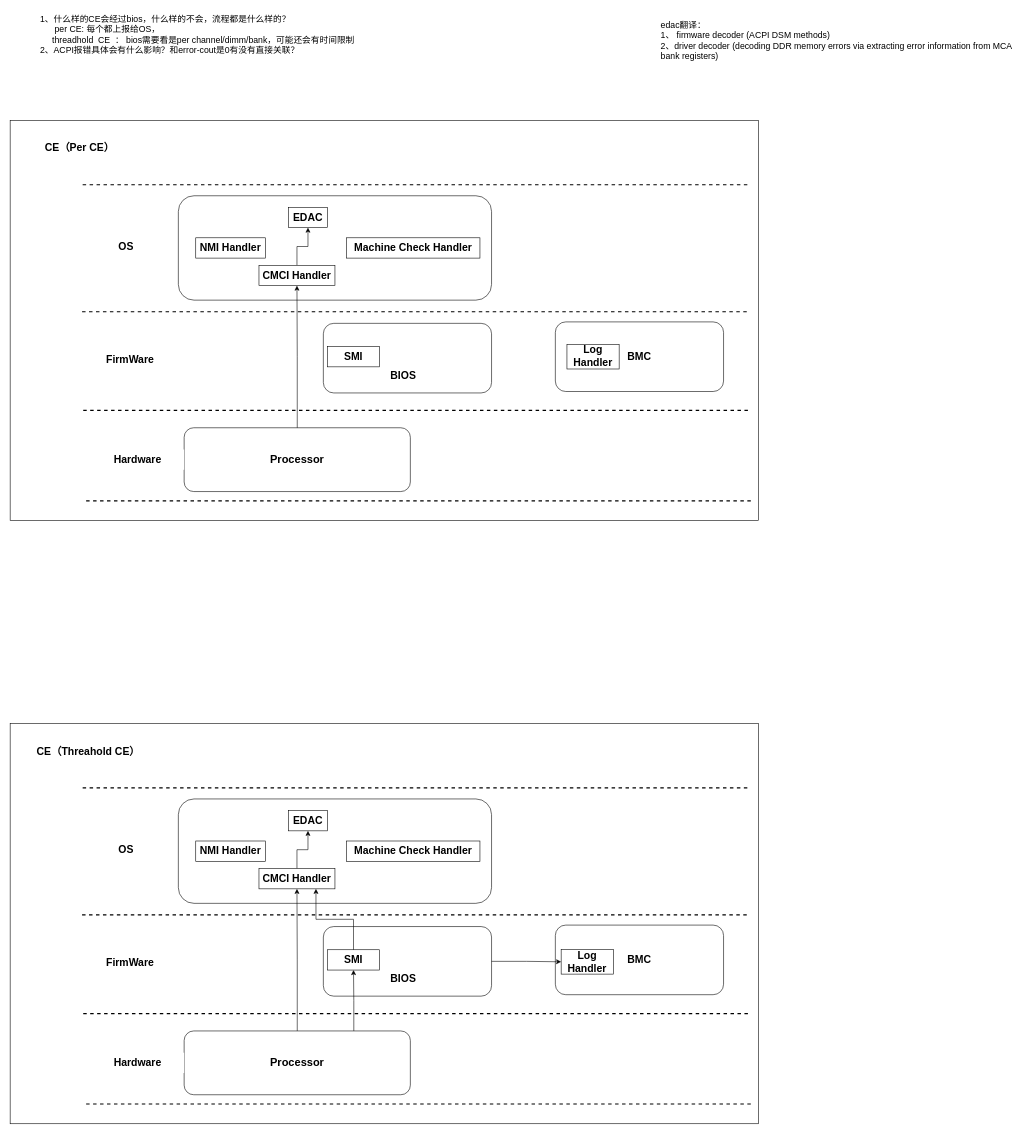
This is ras.drawio from wbzzx-bb/wb-linux, a draw.io file, before an edit. Source tidied: cells renumbered, new cells numbered last; positions are measured from the earlier drawing's top-left corner, leaving out a move shared by most shapes. Both pictures are drawn from the tidied source at 58%, with x=0, y=0 at pixel (10, 10).
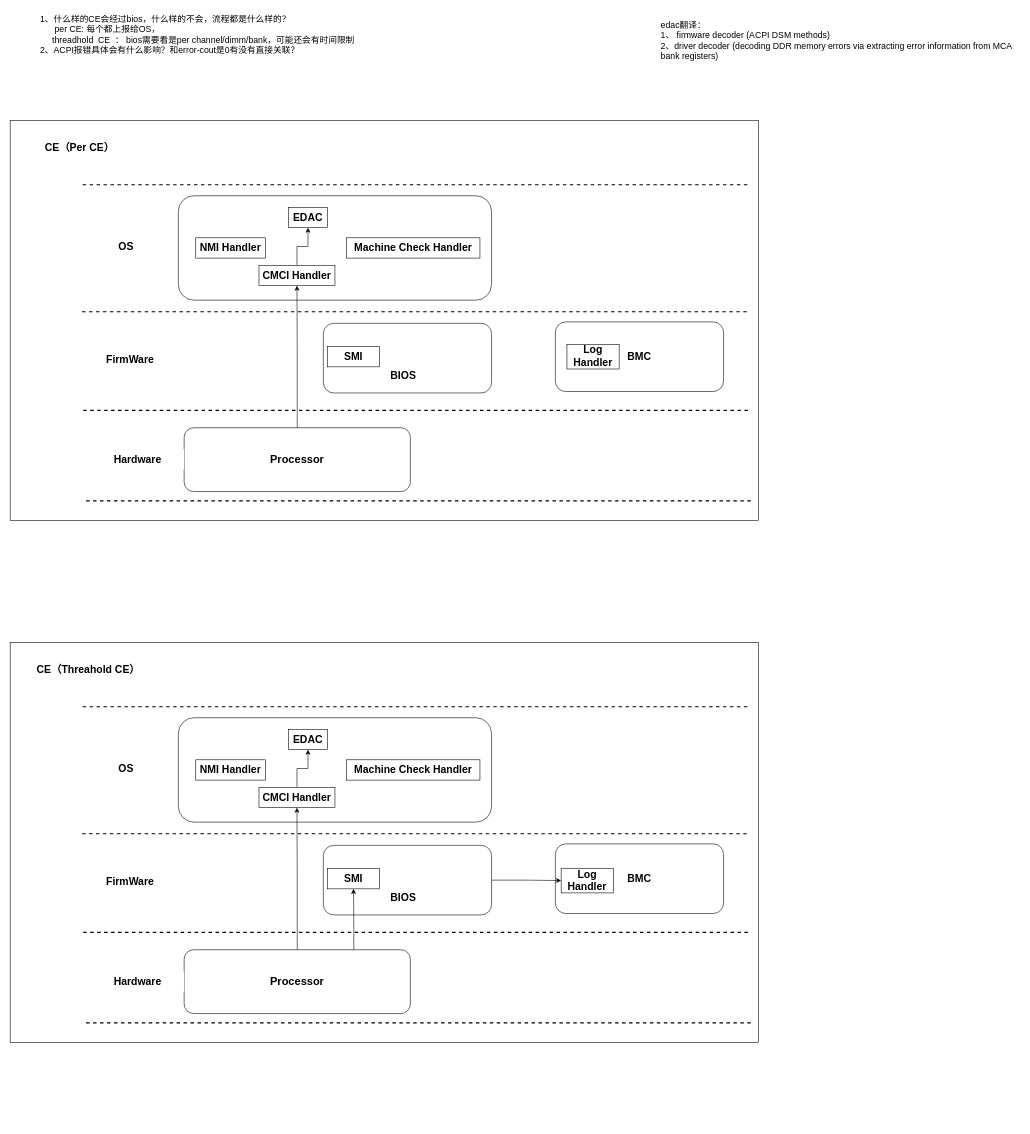
The same page after the edit.

Change to the diagram source:
```diff
@@
     <mxCell id="15" value="edac翻译：&lt;div&gt;1、&lt;span style=&quot;background-color: transparent; color: light-dark(rgb(0, 0, 0), rgb(255, 255, 255));&quot;&gt; firmware decoder (ACPI DSM methods)&lt;/span&gt;&lt;/div&gt;&lt;div&gt;&lt;span style=&quot;background-color: transparent; color: light-dark(rgb(0, 0, 0), rgb(255, 255, 255));&quot;&gt;2、&lt;/span&gt;&lt;span style=&quot;background-color: transparent; color: light-dark(rgb(0, 0, 0), rgb(255, 255, 255));&quot;&gt;driver decoder (decoding DDR memory errors via extracting error&amp;nbsp;&lt;/span&gt;&lt;span style=&quot;background-color: transparent; color: light-dark(rgb(0, 0, 0), rgb(255, 255, 255));&quot;&gt;information from MCA bank registers)&amp;nbsp;&lt;/span&gt;&lt;/div&gt;" style="text;html=1;align=left;verticalAlign=top;whiteSpace=wrap;rounded=0;fontSize=15;" parent="1" vertex="1">
-      <mxGeometry x="1120" y="10" width="620" height="120" as="geometry" />
+      <mxGeometry x="1120" y="10" width="620" height="100" as="geometry" />
     </mxCell>
@@
     <mxCell id="25" style="rounded=0;whiteSpace=wrap;html=1;" parent="1" vertex="1">
-      <mxGeometry y="1230" width="1290" height="690" as="geometry" />
+      <mxGeometry y="1090" width="1290" height="690" as="geometry" />
     </mxCell>
     <mxCell id="26" value="Processor" style="rounded=1;whiteSpace=wrap;html=1;fontSize=19;fontStyle=1;" parent="1" vertex="1">
-      <mxGeometry x="300" y="1760" width="390" height="110" as="geometry" />
+      <mxGeometry x="300" y="1620" width="390" height="110" as="geometry" />
     </mxCell>
     <mxCell id="27" style="rounded=1;whiteSpace=wrap;html=1;" parent="1" vertex="1">
-      <mxGeometry x="540" y="1580" width="290" height="120" as="geometry" />
+      <mxGeometry x="540" y="1440" width="290" height="120" as="geometry" />
     </mxCell>
     <mxCell id="28" value="&lt;b&gt;&lt;font style=&quot;font-size: 18px;&quot;&gt;BIOS&lt;/font&gt;&lt;/b&gt;" style="rounded=0;whiteSpace=wrap;html=1;strokeColor=none;" parent="1" vertex="1">
-      <mxGeometry x="618" y="1652.5" width="120" height="35" as="geometry" />
+      <mxGeometry x="618" y="1512.5" width="120" height="35" as="geometry" />
     </mxCell>
     <mxCell id="29" value="&lt;b&gt;&lt;font style=&quot;font-size: 18px;&quot;&gt;SMI&lt;/font&gt;&lt;/b&gt;" style="rounded=0;whiteSpace=wrap;html=1;" parent="1" vertex="1">
-      <mxGeometry x="547" y="1620" width="90" height="35" as="geometry" />
+      <mxGeometry x="547" y="1480" width="90" height="35" as="geometry" />
     </mxCell>
     <mxCell id="30" style="rounded=1;whiteSpace=wrap;html=1;" parent="1" vertex="1">
-      <mxGeometry x="290" y="1360" width="540" height="180" as="geometry" />
+      <mxGeometry x="290" y="1220" width="540" height="180" as="geometry" />
     </mxCell>
     <mxCell id="31" value="&lt;span style=&quot;font-size: 18px;&quot;&gt;&lt;b&gt;NMI Handler&lt;/b&gt;&lt;/span&gt;" style="rounded=0;whiteSpace=wrap;html=1;" parent="1" vertex="1">
-      <mxGeometry x="320" y="1432.5" width="120" height="35" as="geometry" />
+      <mxGeometry x="320" y="1292.5" width="120" height="35" as="geometry" />
     </mxCell>
@@
     <mxCell id="33" value="&lt;span style=&quot;font-size: 18px;&quot;&gt;&lt;b&gt;CMCI Handler&lt;/b&gt;&lt;/span&gt;" style="rounded=0;whiteSpace=wrap;html=1;" parent="1" vertex="1">
-      <mxGeometry x="429" y="1480" width="131" height="35" as="geometry" />
+      <mxGeometry x="429" y="1340" width="131" height="35" as="geometry" />
     </mxCell>
     <mxCell id="34" value="&lt;span style=&quot;font-size: 18px;&quot;&gt;&lt;b&gt;EDAC&lt;/b&gt;&lt;/span&gt;" style="rounded=0;whiteSpace=wrap;html=1;" parent="1" vertex="1">
-      <mxGeometry x="480" y="1380" width="67" height="35" as="geometry" />
+      <mxGeometry x="480" y="1240" width="67" height="35" as="geometry" />
     </mxCell>
     <mxCell id="35" value="&lt;span style=&quot;font-size: 18px;&quot;&gt;&lt;b&gt;Machine Check Handler&lt;/b&gt;&lt;/span&gt;" style="rounded=0;whiteSpace=wrap;html=1;" parent="1" vertex="1">
-      <mxGeometry x="580" y="1432.5" width="230" height="35" as="geometry" />
+      <mxGeometry x="580" y="1292.5" width="230" height="35" as="geometry" />
     </mxCell>
     <mxCell id="36" value="&lt;b&gt;&lt;font style=&quot;font-size: 18px;&quot;&gt;BMC&lt;/font&gt;&lt;/b&gt;" style="rounded=1;whiteSpace=wrap;html=1;" parent="1" vertex="1">
-      <mxGeometry x="940" y="1577.5" width="290" height="120" as="geometry" />
+      <mxGeometry x="940" y="1437.5" width="290" height="120" as="geometry" />
     </mxCell>
@@
     <mxCell id="38" value="&lt;b&gt;&lt;font style=&quot;font-size: 18px;&quot;&gt;CE（Threahold CE）&lt;/font&gt;&lt;/b&gt;" style="rounded=0;whiteSpace=wrap;html=1;strokeColor=none;" parent="1" vertex="1">
-      <mxGeometry x="40" y="1260" width="190" height="35" as="geometry" />
+      <mxGeometry x="40" y="1120" width="190" height="35" as="geometry" />
     </mxCell>
     <mxCell id="39" style="endArrow=none;dashed=1;html=1;rounded=0;strokeWidth=2;" parent="1" edge="1">
       <mxGeometry relative="1" as="geometry">
-        <mxPoint x="1270" y="1560" as="sourcePoint" />
-        <mxPoint x="120" y="1560" as="targetPoint" />
+        <mxPoint x="1270" y="1420" as="sourcePoint" />
+        <mxPoint x="120" y="1420" as="targetPoint" />
       </mxGeometry>
     </mxCell>
     <mxCell id="40" style="endArrow=none;dashed=1;html=1;rounded=0;strokeWidth=2;" parent="1" edge="1">
       <mxGeometry relative="1" as="geometry">
-        <mxPoint x="1271" y="1341" as="sourcePoint" />
-        <mxPoint x="121" y="1341" as="targetPoint" />
+        <mxPoint x="1271" y="1201" as="sourcePoint" />
+        <mxPoint x="121" y="1201" as="targetPoint" />
       </mxGeometry>
     </mxCell>
     <mxCell id="41" style="endArrow=none;dashed=1;html=1;rounded=0;strokeWidth=2;" parent="1" edge="1">
       <mxGeometry relative="1" as="geometry">
-        <mxPoint x="1272" y="1730" as="sourcePoint" />
-        <mxPoint x="122" y="1730" as="targetPoint" />
+        <mxPoint x="1272" y="1590" as="sourcePoint" />
+        <mxPoint x="122" y="1590" as="targetPoint" />
       </mxGeometry>
     </mxCell>
     <mxCell id="42" style="endArrow=none;dashed=1;html=1;rounded=0;strokeWidth=2;" parent="1" edge="1">
       <mxGeometry relative="1" as="geometry">
-        <mxPoint x="1277" y="1886" as="sourcePoint" />
-        <mxPoint x="127" y="1886" as="targetPoint" />
+        <mxPoint x="1277" y="1746" as="sourcePoint" />
+        <mxPoint x="127" y="1746" as="targetPoint" />
       </mxGeometry>
     </mxCell>
     <mxCell id="43" value="&lt;b&gt;&lt;font style=&quot;font-size: 18px;&quot;&gt;OS&lt;/font&gt;&lt;/b&gt;" style="rounded=0;whiteSpace=wrap;html=1;strokeColor=none;" parent="1" vertex="1">
-      <mxGeometry x="120" y="1430" width="160" height="35" as="geometry" />
+      <mxGeometry x="120" y="1290" width="160" height="35" as="geometry" />
     </mxCell>
     <mxCell id="44" value="&lt;b&gt;&lt;font style=&quot;font-size: 18px;&quot;&gt;FirmWare&lt;/font&gt;&lt;/b&gt;" style="rounded=0;whiteSpace=wrap;html=1;strokeColor=none;" parent="1" vertex="1">
-      <mxGeometry x="127" y="1624" width="160" height="35" as="geometry" />
+      <mxGeometry x="127" y="1484" width="160" height="35" as="geometry" />
     </mxCell>
     <mxCell id="45" value="&lt;b&gt;&lt;font style=&quot;font-size: 18px;&quot;&gt;Hardware&lt;/font&gt;&lt;/b&gt;" style="rounded=0;whiteSpace=wrap;html=1;strokeColor=none;" parent="1" vertex="1">
-      <mxGeometry x="140" y="1797.5" width="160" height="35" as="geometry" />
+      <mxGeometry x="140" y="1657.5" width="160" height="35" as="geometry" />
     </mxCell>
@@
     <mxCell id="47" value="&lt;b&gt;&lt;font style=&quot;font-size: 18px;&quot;&gt;Log Handler&lt;/font&gt;&lt;/b&gt;" style="rounded=0;whiteSpace=wrap;html=1;" parent="1" vertex="1">
-      <mxGeometry x="950" y="1619.5" width="90" height="42.5" as="geometry" />
+      <mxGeometry x="950" y="1479.5" width="90" height="42.5" as="geometry" />
     </mxCell>
@@
-    <mxCell id="50" style="edgeStyle=orthogonalEdgeStyle;rounded=0;jettySize=auto;html=1;entryX=0.75;entryY=1;entryDx=0;entryDy=0;" parent="1" edge="1" source="29" target="33">
-      <mxGeometry relative="1" as="geometry" />
-    </mxCell>
```
